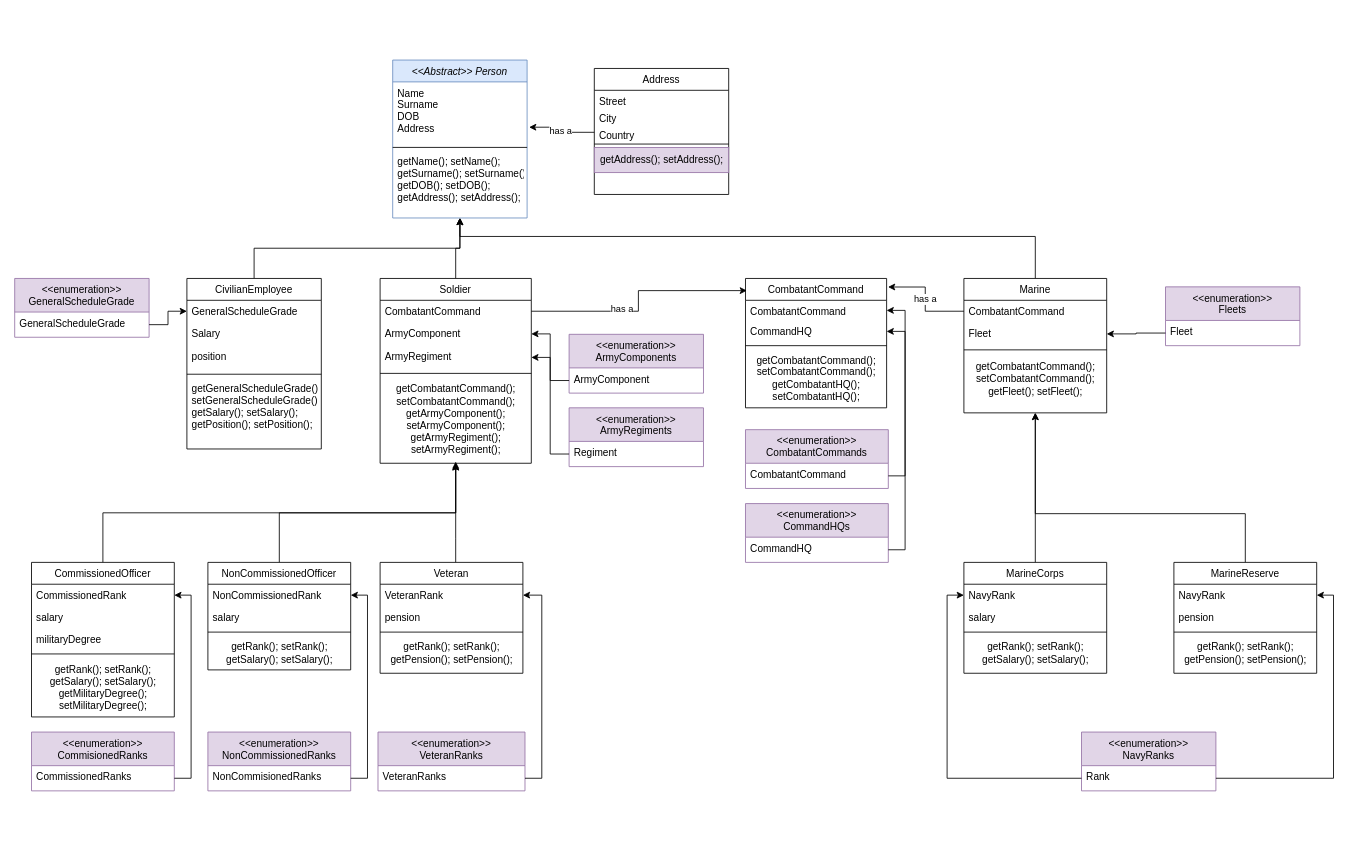
Above: army.drawio in kirylSam/laba_hw_classes_army (draw.io), before the change. Source tidied: cells renumbered, new cells numbered last; positions are measured from the earlier drawing's top-left corner, leaving out a move shared by most shapes. Both pictures are drawn from the tidied source at 84%, with x=0, y=0 at pixel (14, 60).
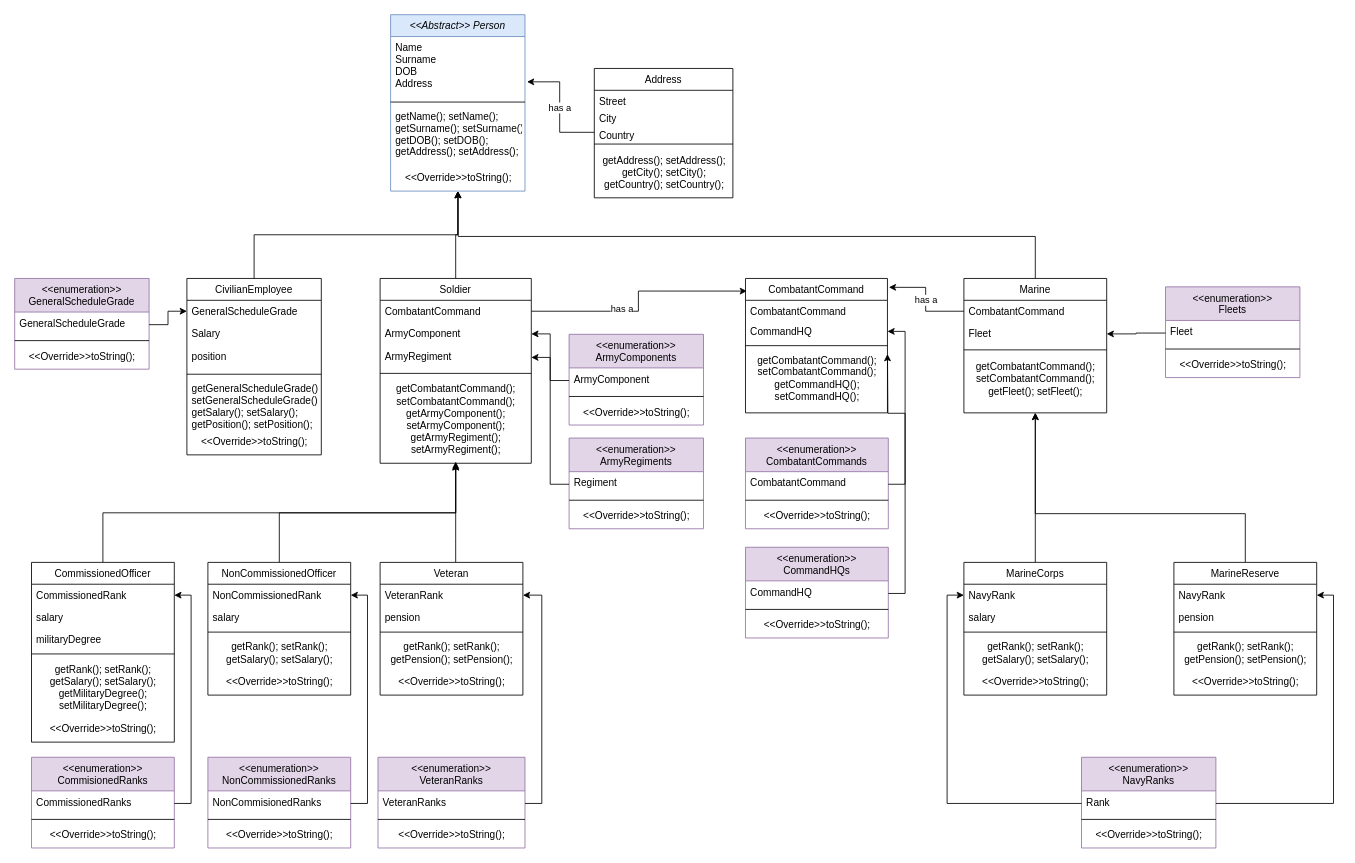
Above is the later version.

Commit message (it also covers changes not shown here):
Added equals to Person, modified the schema, added different getters

Unchanged cells that the change refers to:
```xml
<mxCell id="18" value="CombatantCommand" style="text;align=left;verticalAlign=top;spacingLeft=4;spacingRight=4;overflow=hidden;points=[[0,0.5],[1,0.5]];portConstraint=eastwest;" parent="17" vertex="1">
  <mxGeometry y="40" width="170" height="30" as="geometry" />
</mxCell>
<mxCell id="51" value="Marine" style="swimlane;fontStyle=0;align=center;verticalAlign=top;horizontal=1;startSize=26;rounded=0;shadow=0;strokeWidth=1;" parent="1" vertex="1">
  <mxGeometry x="1130" y="260" width="170" height="160" as="geometry" />
</mxCell>
```

Change to the diagram source:
```diff
@@
     <mxCell id="2" value=" &lt;&lt;Abstract&gt;&gt; Person " style="swimlane;fontStyle=2;align=center;verticalAlign=top;horizontal=1;startSize=26;rounded=0;shadow=0;strokeWidth=1;fillColor=#dae8fc;strokeColor=#6c8ebf;" parent="1" vertex="1">
-      <mxGeometry x="450" width="160" height="188" as="geometry" />
+      <mxGeometry x="447.5" y="-54" width="160" height="210" as="geometry" />
     </mxCell>
@@
     <mxCell id="5" value="getName(); setName();&#10;getSurname(); setSurname();&#10;getDOB(); setDOB();&#10;getAddress(); setAddress();" style="text;align=left;verticalAlign=top;spacingLeft=4;spacingRight=4;overflow=hidden;" parent="2" vertex="1">
-      <mxGeometry y="108" width="160" height="80" as="geometry" />
+      <mxGeometry y="108" width="160" height="72" as="geometry" />
     </mxCell>
+    <mxCell id="103" value="&amp;lt;&amp;lt;Override&amp;gt;&amp;gt;toString();" style="text;html=1;align=center;verticalAlign=middle;" parent="2" vertex="1">
+      <mxGeometry y="180" width="160" height="30" as="geometry" />
+    </mxCell>
     <mxCell id="6" value="CombatantCommand" style="swimlane;fontStyle=0;align=center;verticalAlign=top;horizontal=1;startSize=26;rounded=0;shadow=0;strokeWidth=1;" parent="1" vertex="1">
-      <mxGeometry x="870" y="260" width="168" height="154" as="geometry" />
+      <mxGeometry x="870" y="260" width="169" height="160" as="geometry" />
     </mxCell>
     <mxCell id="7" value="CombatantCommand" style="text;align=left;verticalAlign=top;spacingLeft=4;spacingRight=4;overflow=hidden;points=[[0,0.5],[1,0.5]];portConstraint=eastwest;" parent="6" vertex="1">
-      <mxGeometry y="26" width="168" height="24" as="geometry" />
+      <mxGeometry y="26" width="169" height="24" as="geometry" />
     </mxCell>
     <mxCell id="8" value="CommandHQ" style="text;align=left;verticalAlign=top;spacingLeft=4;spacingRight=4;overflow=hidden;points=[[0,0.5],[1,0.5]];portConstraint=eastwest;" parent="6" vertex="1">
-      <mxGeometry y="50" width="168" height="26" as="geometry" />
+      <mxGeometry y="50" width="169" height="26" as="geometry" />
     </mxCell>
     <mxCell id="9" style="line;html=1;strokeWidth=1;align=left;verticalAlign=middle;spacingTop=-1;spacingLeft=3;spacingRight=3;labelPosition=right;" parent="6" vertex="1">
-      <mxGeometry y="76" width="168" height="8" as="geometry" />
+      <mxGeometry y="76" width="169" height="8" as="geometry" />
     </mxCell>
-    <mxCell id="10" value="getCombatantCommand();&lt;br&gt;setCombatantCommand();&lt;br&gt;getCombatantHQ();&lt;br&gt;setCombatantHQ();" style="text;html=1;align=center;verticalAlign=middle;" parent="6" vertex="1">
-      <mxGeometry y="84" width="168" height="70" as="geometry" />
+    <mxCell id="10" value="getCombatantCommand();&lt;br&gt;setCombatantCommand();&lt;br&gt;getCommandHQ();&lt;br&gt;setCommandHQ();" style="text;html=1;align=center;verticalAlign=middle;" parent="6" vertex="1">
+      <mxGeometry y="84" width="169" height="70" as="geometry" />
     </mxCell>
     <mxCell id="11" value="Address" style="swimlane;fontStyle=0;align=center;verticalAlign=top;horizontal=1;startSize=26;rounded=0;shadow=0;strokeWidth=1;" parent="1" vertex="1">
-      <mxGeometry x="690" y="10" width="160" height="150" as="geometry" />
+      <mxGeometry x="690" y="10" width="165" height="154" as="geometry" />
     </mxCell>
     <mxCell id="12" value="Street" style="text;align=left;verticalAlign=top;spacingLeft=4;spacingRight=4;overflow=hidden;" parent="11" vertex="1">
-      <mxGeometry y="26" width="160" height="20" as="geometry" />
+      <mxGeometry y="26" width="165" height="20" as="geometry" />
     </mxCell>
     <mxCell id="13" value="City" style="text;align=left;verticalAlign=top;spacingLeft=4;spacingRight=4;overflow=hidden;rounded=0;shadow=0;html=0;" parent="11" vertex="1">
-      <mxGeometry y="46" width="160" height="20" as="geometry" />
+      <mxGeometry y="46" width="165" height="20" as="geometry" />
     </mxCell>
     <mxCell id="14" value="Country" style="text;align=left;verticalAlign=top;spacingLeft=4;spacingRight=4;overflow=hidden;points=[[0,0.5],[1,0.5]];portConstraint=eastwest;rounded=0;shadow=0;html=0;" parent="11" vertex="1">
-      <mxGeometry y="66" width="160" height="20" as="geometry" />
+      <mxGeometry y="66" width="165" height="20" as="geometry" />
     </mxCell>
     <mxCell id="15" style="line;html=1;strokeWidth=1;align=left;verticalAlign=middle;spacingTop=-1;spacingLeft=3;spacingRight=3;labelPosition=right;" parent="11" vertex="1">
-      <mxGeometry y="86" width="160" height="8" as="geometry" />
+      <mxGeometry y="86" width="165" height="8" as="geometry" />
     </mxCell>
-    <mxCell id="16" value="getAddress(); setAddress();" style="text;html=1;align=center;verticalAlign=middle;strokeColor=#9673a6;fillColor=#e1d5e7;" parent="11" vertex="1">
-      <mxGeometry y="94" width="160" height="30" as="geometry" />
+    <mxCell id="16" value="getAddress(); setAddress();&lt;br&gt;getCity(); setCity();&lt;br&gt;getCountry(); setCountry();" style="text;html=1;align=center;verticalAlign=middle;" parent="11" vertex="1">
+      <mxGeometry y="94" width="165" height="60" as="geometry" />
     </mxCell>
     <mxCell id="17" value="&lt;&lt;enumeration&gt;&gt;&#10;CombatantCommands" style="swimlane;fontStyle=0;align=center;verticalAlign=top;horizontal=1;startSize=40;rounded=0;shadow=0;strokeWidth=1;fillColor=#e1d5e7;strokeColor=#9673a6;" parent="1" vertex="1">
-      <mxGeometry x="870" y="440" width="170" height="70" as="geometry" />
+      <mxGeometry x="870" y="450" width="170" height="108" as="geometry" />
     </mxCell>
@@
+    <mxCell id="104" style="line;html=1;strokeWidth=1;align=left;verticalAlign=middle;spacingTop=-1;spacingLeft=3;spacingRight=3;labelPosition=right;" parent="17" vertex="1">
+      <mxGeometry y="70" width="170" height="8" as="geometry" />
+    </mxCell>
+    <mxCell id="105" value="&amp;lt;&amp;lt;Override&amp;gt;&amp;gt;toString();" style="text;html=1;align=center;verticalAlign=middle;" parent="17" vertex="1">
+      <mxGeometry y="78" width="170" height="30" as="geometry" />
+    </mxCell>
     <mxCell id="19" value="&lt;&lt;enumeration&gt;&gt;&#10;ArmyComponents" style="swimlane;fontStyle=0;align=center;verticalAlign=top;horizontal=1;startSize=40;rounded=0;shadow=0;strokeWidth=1;fillColor=#e1d5e7;strokeColor=#9673a6;" parent="1" vertex="1">
-      <mxGeometry x="660" y="326.5" width="160" height="70" as="geometry" />
+      <mxGeometry x="660" y="326.5" width="160" height="108" as="geometry" />
     </mxCell>
@@
+    <mxCell id="106" style="line;html=1;strokeWidth=1;align=left;verticalAlign=middle;spacingTop=-1;spacingLeft=3;spacingRight=3;labelPosition=right;" parent="19" vertex="1">
+      <mxGeometry y="70" width="160" height="8" as="geometry" />
+    </mxCell>
+    <mxCell id="107" value="&amp;lt;&amp;lt;Override&amp;gt;&amp;gt;toString();" style="text;html=1;align=center;verticalAlign=middle;" parent="19" vertex="1">
+      <mxGeometry y="78" width="160" height="30" as="geometry" />
+    </mxCell>
@@
     <mxCell id="28" value="&lt;&lt;enumeration&gt;&gt;&#10;NonCommissionedRanks" style="swimlane;fontStyle=0;align=center;verticalAlign=top;horizontal=1;startSize=40;rounded=0;shadow=0;strokeWidth=1;fillColor=#e1d5e7;strokeColor=#9673a6;" parent="1" vertex="1">
-      <mxGeometry x="230" y="800" width="170" height="70" as="geometry" />
+      <mxGeometry x="230" y="830" width="170" height="108" as="geometry" />
     </mxCell>
@@
+    <mxCell id="108" style="line;html=1;strokeWidth=1;align=left;verticalAlign=middle;spacingTop=-1;spacingLeft=3;spacingRight=3;labelPosition=right;" parent="28" vertex="1">
+      <mxGeometry y="70" width="170" height="8" as="geometry" />
+    </mxCell>
+    <mxCell id="109" value="&amp;lt;&amp;lt;Override&amp;gt;&amp;gt;toString();" style="text;html=1;align=center;verticalAlign=middle;" parent="28" vertex="1">
+      <mxGeometry y="78" width="170" height="30" as="geometry" />
+    </mxCell>
     <mxCell id="30" value="&lt;&lt;enumeration&gt;&gt;&#10;ArmyRegiments" style="swimlane;fontStyle=0;align=center;verticalAlign=top;horizontal=1;startSize=40;rounded=0;shadow=0;strokeWidth=1;fillColor=#e1d5e7;strokeColor=#9673a6;" parent="1" vertex="1">
-      <mxGeometry x="660" y="414" width="160" height="70" as="geometry" />
+      <mxGeometry x="660" y="450" width="160" height="108" as="geometry" />
     </mxCell>
@@
+    <mxCell id="110" style="line;html=1;strokeWidth=1;align=left;verticalAlign=middle;spacingTop=-1;spacingLeft=3;spacingRight=3;labelPosition=right;" parent="30" vertex="1">
+      <mxGeometry y="70" width="160" height="8" as="geometry" />
+    </mxCell>
+    <mxCell id="111" value="&amp;lt;&amp;lt;Override&amp;gt;&amp;gt;toString();" style="text;html=1;align=center;verticalAlign=middle;" parent="30" vertex="1">
+      <mxGeometry y="78" width="160" height="30" as="geometry" />
+    </mxCell>
     <mxCell id="32" value="&lt;&lt;enumeration&gt;&gt;&#10;CommandHQs" style="swimlane;fontStyle=0;align=center;verticalAlign=top;horizontal=1;startSize=40;rounded=0;shadow=0;strokeWidth=1;fillColor=#e1d5e7;strokeColor=#9673a6;" parent="1" vertex="1">
-      <mxGeometry x="870" y="528" width="170" height="70" as="geometry" />
+      <mxGeometry x="870" y="580" width="170" height="108" as="geometry" />
     </mxCell>
@@
+    <mxCell id="112" style="line;html=1;strokeWidth=1;align=left;verticalAlign=middle;spacingTop=-1;spacingLeft=3;spacingRight=3;labelPosition=right;" parent="32" vertex="1">
+      <mxGeometry y="70" width="170" height="8" as="geometry" />
+    </mxCell>
+    <mxCell id="113" value="&amp;lt;&amp;lt;Override&amp;gt;&amp;gt;toString();" style="text;html=1;align=center;verticalAlign=middle;" parent="32" vertex="1">
+      <mxGeometry y="78" width="170" height="30" as="geometry" />
+    </mxCell>
@@
     <mxCell id="35" value="Veteran" style="swimlane;fontStyle=0;align=center;verticalAlign=top;horizontal=1;startSize=26;rounded=0;shadow=0;strokeWidth=1;" parent="1" vertex="1">
-      <mxGeometry x="435" y="598" width="170" height="132" as="geometry" />
+      <mxGeometry x="435" y="598" width="170" height="158" as="geometry" />
     </mxCell>
@@
+    <mxCell id="114" value="&amp;lt;&amp;lt;Override&amp;gt;&amp;gt;toString();" style="text;html=1;align=center;verticalAlign=middle;" parent="35" vertex="1">
+      <mxGeometry y="128" width="170" height="30" as="geometry" />
+    </mxCell>
@@
     <mxCell id="41" value="CivilianEmployee" style="swimlane;fontStyle=0;align=center;verticalAlign=top;horizontal=1;startSize=26;rounded=0;shadow=0;strokeWidth=1;" parent="1" vertex="1">
-      <mxGeometry x="205" y="260" width="160" height="203" as="geometry" />
+      <mxGeometry x="205" y="260" width="160" height="210" as="geometry" />
     </mxCell>
@@
+    <mxCell id="115" value="&amp;lt;&amp;lt;Override&amp;gt;&amp;gt;toString();" style="text;html=1;align=center;verticalAlign=middle;" parent="41" vertex="1">
+      <mxGeometry y="180" width="160" height="30" as="geometry" />
+    </mxCell>
     <mxCell id="47" value="&lt;&lt;enumeration&gt;&gt;&#10;GeneralScheduleGrade" style="swimlane;fontStyle=0;align=center;verticalAlign=top;horizontal=1;startSize=40;rounded=0;shadow=0;strokeWidth=1;fillColor=#e1d5e7;strokeColor=#9673a6;" parent="1" vertex="1">
-      <mxGeometry y="260" width="160" height="70" as="geometry" />
+      <mxGeometry y="260" width="160" height="108" as="geometry" />
     </mxCell>
@@
+    <mxCell id="116" style="line;html=1;strokeWidth=1;align=left;verticalAlign=middle;spacingTop=-1;spacingLeft=3;spacingRight=3;labelPosition=right;" parent="47" vertex="1">
+      <mxGeometry y="70" width="160" height="8" as="geometry" />
+    </mxCell>
+    <mxCell id="117" value="&amp;lt;&amp;lt;Override&amp;gt;&amp;gt;toString();" style="text;html=1;align=center;verticalAlign=middle;" parent="47" vertex="1">
+      <mxGeometry y="78" width="160" height="30" as="geometry" />
+    </mxCell>
@@
     <mxCell id="50" style="edgeStyle=orthogonalEdgeStyle;rounded=0;jettySize=auto;html=1;entryX=0.5;entryY=1;entryDx=0;entryDy=0;" parent="1" edge="1" source="51" target="2">
       <mxGeometry relative="1" as="geometry">
         <Array as="points">
           <mxPoint x="1215" y="210" />
-          <mxPoint x="530" y="210" />
+          <mxPoint x="528" y="210" />
+          <mxPoint x="528" y="164" />
         </Array>
       </mxGeometry>
     </mxCell>
@@
-    <mxCell id="57" style="edgeStyle=orthogonalEdgeStyle;rounded=0;jettySize=auto;html=1;exitX=1;exitY=0.5;exitDx=0;exitDy=0;entryX=1;entryY=0.5;entryDx=0;entryDy=0;" parent="1" edge="1" source="18" target="7">
-      <mxGeometry relative="1" as="geometry" />
+    <mxCell id="57" style="edgeStyle=orthogonalEdgeStyle;rounded=0;jettySize=auto;html=1;exitX=1;exitY=0.5;exitDx=0;exitDy=0;entryX=1;entryY=0.5;entryDx=0;entryDy=0;" parent="1" edge="1" source="18">
+      <mxGeometry relative="1" as="geometry">
+        <mxPoint x="1039" y="350" as="targetPoint" />
+      </mxGeometry>
     </mxCell>
@@
     <mxCell id="59" value="&lt;&lt;enumeration&gt;&gt;&#10;NavyRanks" style="swimlane;fontStyle=0;align=center;verticalAlign=top;horizontal=1;startSize=40;rounded=0;shadow=0;strokeWidth=1;fillColor=#e1d5e7;strokeColor=#9673a6;" parent="1" vertex="1">
-      <mxGeometry x="1270" y="800" width="160" height="70" as="geometry" />
+      <mxGeometry x="1270" y="830" width="160" height="108" as="geometry" />
     </mxCell>
@@
+    <mxCell id="118" style="line;html=1;strokeWidth=1;align=left;verticalAlign=middle;spacingTop=-1;spacingLeft=3;spacingRight=3;labelPosition=right;" parent="59" vertex="1">
+      <mxGeometry y="70" width="160" height="8" as="geometry" />
+    </mxCell>
+    <mxCell id="119" value="&amp;lt;&amp;lt;Override&amp;gt;&amp;gt;toString();" style="text;html=1;align=center;verticalAlign=middle;" parent="59" vertex="1">
+      <mxGeometry y="78" width="160" height="30" as="geometry" />
+    </mxCell>
     <mxCell id="61" value="&lt;&lt;enumeration&gt;&gt;&#10;Fleets" style="swimlane;fontStyle=0;align=center;verticalAlign=top;horizontal=1;startSize=40;rounded=0;shadow=0;strokeWidth=1;fillColor=#e1d5e7;strokeColor=#9673a6;" parent="1" vertex="1">
-      <mxGeometry x="1370" y="270" width="160" height="70" as="geometry" />
+      <mxGeometry x="1370" y="270" width="160" height="108" as="geometry" />
     </mxCell>
@@
+    <mxCell id="120" style="line;html=1;strokeWidth=1;align=left;verticalAlign=middle;spacingTop=-1;spacingLeft=3;spacingRight=3;labelPosition=right;" parent="61" vertex="1">
+      <mxGeometry y="70" width="160" height="8" as="geometry" />
+    </mxCell>
+    <mxCell id="121" value="&amp;lt;&amp;lt;Override&amp;gt;&amp;gt;toString();" style="text;html=1;align=center;verticalAlign=middle;" parent="61" vertex="1">
+      <mxGeometry y="78" width="160" height="30" as="geometry" />
+    </mxCell>
@@
     <mxCell id="68" value="NonCommissionedOfficer" style="swimlane;fontStyle=0;align=center;verticalAlign=top;horizontal=1;startSize=26;rounded=0;shadow=0;strokeWidth=1;" parent="1" vertex="1">
-      <mxGeometry x="230" y="598" width="170" height="128" as="geometry" />
+      <mxGeometry x="230" y="598" width="170" height="158" as="geometry" />
     </mxCell>
@@
+    <mxCell id="122" value="&amp;lt;&amp;lt;Override&amp;gt;&amp;gt;toString();" style="text;html=1;align=center;verticalAlign=middle;" parent="68" vertex="1">
+      <mxGeometry y="128" width="170" height="30" as="geometry" />
+    </mxCell>
     <mxCell id="73" value="&lt;&lt;enumeration&gt;&gt;&#10;VeteranRanks" style="swimlane;fontStyle=0;align=center;verticalAlign=top;horizontal=1;startSize=40;rounded=0;shadow=0;strokeWidth=1;fillColor=#e1d5e7;strokeColor=#9673a6;" parent="1" vertex="1">
-      <mxGeometry x="432.5" y="800" width="175" height="70" as="geometry" />
+      <mxGeometry x="432.5" y="830" width="175" height="108" as="geometry" />
     </mxCell>
@@
+    <mxCell id="123" style="line;html=1;strokeWidth=1;align=left;verticalAlign=middle;spacingTop=-1;spacingLeft=3;spacingRight=3;labelPosition=right;" parent="73" vertex="1">
+      <mxGeometry y="70" width="175" height="8" as="geometry" />
+    </mxCell>
+    <mxCell id="124" value="&amp;lt;&amp;lt;Override&amp;gt;&amp;gt;toString();" style="text;html=1;align=center;verticalAlign=middle;" parent="73" vertex="1">
+      <mxGeometry y="78" width="175" height="30" as="geometry" />
+    </mxCell>
@@
     <mxCell id="76" value="CommissionedOfficer" style="swimlane;fontStyle=0;align=center;verticalAlign=top;horizontal=1;startSize=26;rounded=0;shadow=0;strokeWidth=1;" parent="1" vertex="1">
-      <mxGeometry x="20" y="598" width="170" height="184" as="geometry" />
+      <mxGeometry x="20" y="598" width="170" height="214" as="geometry" />
     </mxCell>
@@
+    <mxCell id="125" value="&amp;lt;&amp;lt;Override&amp;gt;&amp;gt;toString();" style="text;html=1;align=center;verticalAlign=middle;" parent="76" vertex="1">
+      <mxGeometry y="184" width="170" height="30" as="geometry" />
+    </mxCell>
     <mxCell id="82" value="&lt;&lt;enumeration&gt;&gt;&#10;CommisionedRanks" style="swimlane;fontStyle=0;align=center;verticalAlign=top;horizontal=1;startSize=40;rounded=0;shadow=0;strokeWidth=1;fillColor=#e1d5e7;strokeColor=#9673a6;" parent="1" vertex="1">
-      <mxGeometry x="20" y="800" width="170" height="70" as="geometry" />
+      <mxGeometry x="20" y="830" width="170" height="108" as="geometry" />
     </mxCell>
@@
+    <mxCell id="126" style="line;html=1;strokeWidth=1;align=left;verticalAlign=middle;spacingTop=-1;spacingLeft=3;spacingRight=3;labelPosition=right;" parent="82" vertex="1">
+      <mxGeometry y="70" width="170" height="8" as="geometry" />
+    </mxCell>
+    <mxCell id="127" value="&amp;lt;&amp;lt;Override&amp;gt;&amp;gt;toString();" style="text;html=1;align=center;verticalAlign=middle;" parent="82" vertex="1">
+      <mxGeometry y="78" width="170" height="30" as="geometry" />
+    </mxCell>
@@
     <mxCell id="88" value="MarineReserve" style="swimlane;fontStyle=0;align=center;verticalAlign=top;horizontal=1;startSize=26;rounded=0;shadow=0;strokeWidth=1;" parent="1" vertex="1">
-      <mxGeometry x="1380" y="598" width="170" height="132" as="geometry" />
+      <mxGeometry x="1380" y="598" width="170" height="158" as="geometry" />
     </mxCell>
@@
+    <mxCell id="128" value="&amp;lt;&amp;lt;Override&amp;gt;&amp;gt;toString();" style="text;html=1;align=center;verticalAlign=middle;" parent="88" vertex="1">
+      <mxGeometry y="128" width="170" height="30" as="geometry" />
+    </mxCell>
@@
     <mxCell id="94" value="MarineCorps" style="swimlane;fontStyle=0;align=center;verticalAlign=top;horizontal=1;startSize=26;rounded=0;shadow=0;strokeWidth=1;" parent="1" vertex="1">
-      <mxGeometry x="1130" y="598" width="170" height="132" as="geometry" />
+      <mxGeometry x="1130" y="598" width="170" height="158" as="geometry" />
     </mxCell>
@@
+    <mxCell id="129" value="&amp;lt;&amp;lt;Override&amp;gt;&amp;gt;toString();" style="text;html=1;align=center;verticalAlign=middle;" parent="94" vertex="1">
+      <mxGeometry y="128" width="170" height="30" as="geometry" />
+    </mxCell>
```
